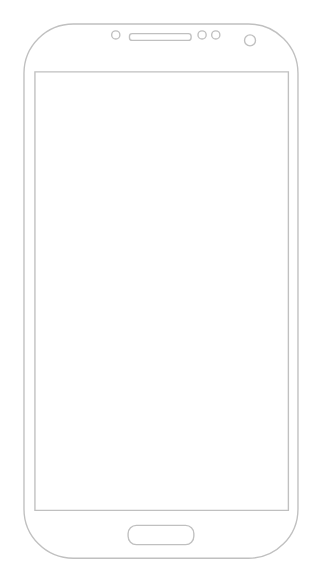
This is Untitled Diagram.drawio from wbigger/-2020-21-webdesign-esercitazione, a draw.io file, before an edit. Source tidied: cells renumbered, new cells numbered last; positions are measured from the earlier drawing's top-left corner, leaving out a move shared by most shapes. Both pictures are drawn from the tidied source at 137%, with x=0, y=0 at pixel (23, 23).
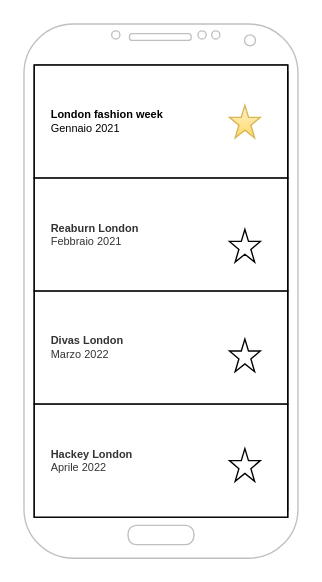
After the change.

What changed in the source:
```diff
@@
 <mxGraphModel>
   <root>
     <mxCell id="0" />
     <mxCell id="1" parent="0" />
     <mxCell id="2" style="verticalLabelPosition=bottom;verticalAlign=top;html=1;shadow=0;dashed=0;strokeWidth=1;shape=mxgraph.android.phone2;strokeColor=#c0c0c0;" parent="1" vertex="1">
       <mxGeometry width="200" height="390" as="geometry" />
     </mxCell>
+    <mxCell id="3" style="strokeWidth=1;html=1;shadow=0;dashed=0;shape=mxgraph.android.rrect;rSize=0;" parent="1" vertex="1">
+      <mxGeometry x="7.5" y="30" width="185" height="330" as="geometry" />
+    </mxCell>
+    <mxCell id="4" value="&lt;b&gt;London fashion week&lt;/b&gt;&lt;br&gt;Gennaio 2021" style="strokeWidth=1;html=1;shadow=0;dashed=0;shape=mxgraph.android.rrect;rSize=0;align=left;spacingLeft=10;fontSize=8;" parent="3" vertex="1">
+      <mxGeometry width="185" height="82.5" as="geometry" />
+    </mxCell>
+    <mxCell id="5" value="&lt;b&gt;Reaburn London&lt;/b&gt;&lt;br&gt;Febbraio 2021" style="strokeColor=inherit;fillColor=inherit;gradientColor=inherit;strokeWidth=1;html=1;shadow=0;dashed=0;shape=mxgraph.android.rrect;rSize=0;align=left;spacingLeft=10;fontSize=8;fontColor=#333333;" parent="3" vertex="1">
+      <mxGeometry y="82.5" width="185" height="82.5" as="geometry" />
+    </mxCell>
+    <mxCell id="6" value="&lt;b&gt;Divas London&lt;/b&gt;&lt;br&gt;Marzo 2022" style="strokeColor=inherit;fillColor=inherit;gradientColor=inherit;strokeWidth=1;html=1;shadow=0;dashed=0;shape=mxgraph.android.rrect;rSize=0;align=left;spacingLeft=10;fontSize=8;fontColor=#333333;" parent="3" vertex="1">
+      <mxGeometry y="165" width="185" height="82.5" as="geometry" />
+    </mxCell>
+    <mxCell id="7" value="&lt;b&gt;Hackey London&lt;/b&gt;&lt;br&gt;Aprile 2022" style="strokeColor=inherit;fillColor=inherit;gradientColor=inherit;strokeWidth=1;html=1;shadow=0;dashed=0;shape=mxgraph.android.rrect;rSize=0;align=left;spacingLeft=10;fontSize=8;fontColor=#333333;" parent="3" vertex="1">
+      <mxGeometry y="247.5" width="185" height="82.5" as="geometry" />
+    </mxCell>
+    <mxCell id="8" style="verticalLabelPosition=bottom;verticalAlign=top;html=1;shape=mxgraph.basic.star;" parent="3" vertex="1">
+      <mxGeometry x="142.5" y="280" width="22.5" height="23.8" as="geometry" />
+    </mxCell>
+    <mxCell id="9" style="verticalLabelPosition=bottom;verticalAlign=top;html=1;shape=mxgraph.basic.star;" parent="3" vertex="1">
+      <mxGeometry x="142.5" y="200" width="22.5" height="23.8" as="geometry" />
+    </mxCell>
+    <mxCell id="10" style="verticalLabelPosition=bottom;verticalAlign=top;html=1;shape=mxgraph.basic.star;" parent="3" vertex="1">
+      <mxGeometry x="142.5" y="120" width="22.5" height="23.8" as="geometry" />
+    </mxCell>
+    <mxCell id="11" style="verticalLabelPosition=bottom;verticalAlign=top;html=1;shape=mxgraph.basic.star;gradientColor=#ffd966;fillColor=#fff2cc;strokeColor=#d6b656;" parent="3" vertex="1">
+      <mxGeometry x="142.5" y="29.4" width="22.5" height="23.8" as="geometry" />
+    </mxCell>
   </root>
 </mxGraphModel>
```
